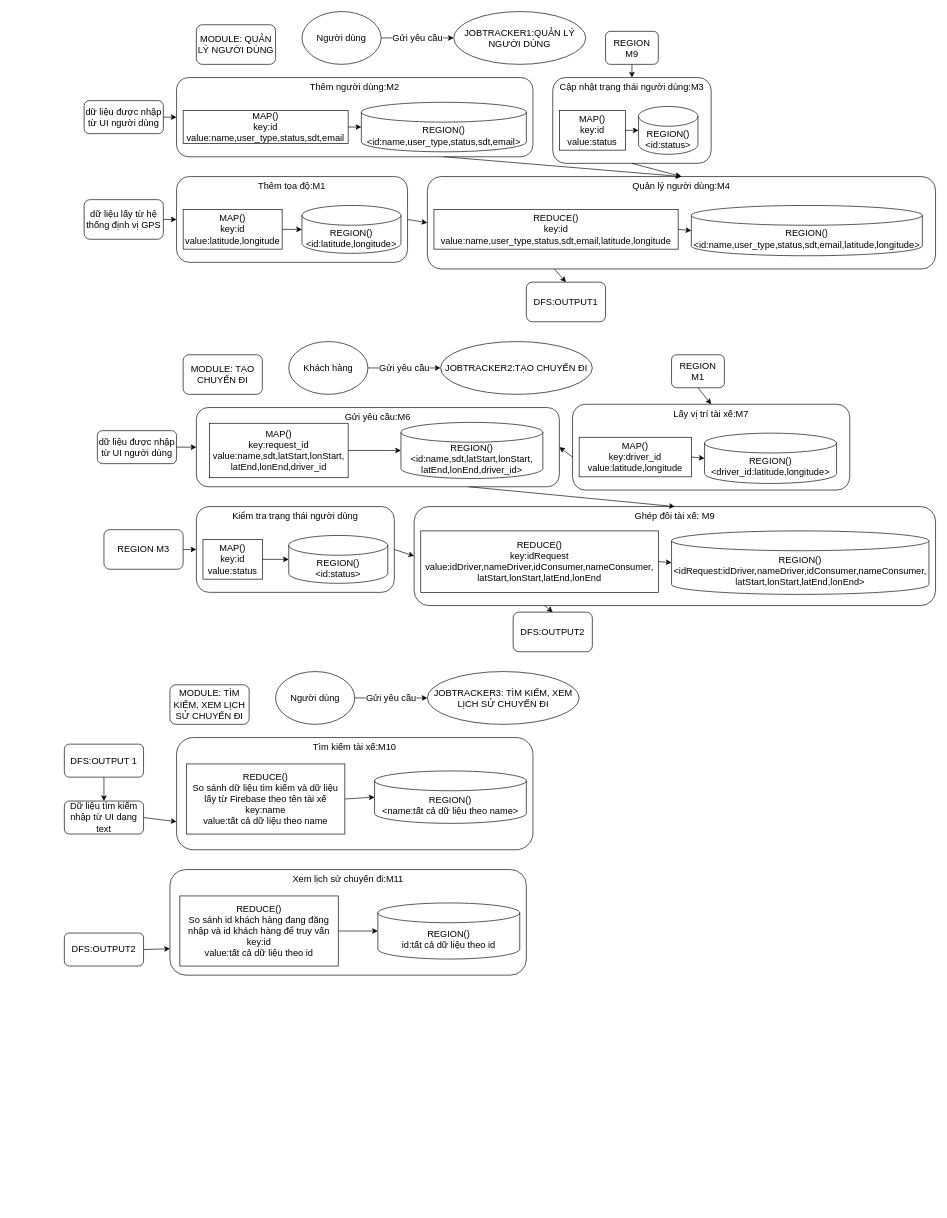
Above: Untitled Diagram.drawio in nguyenmanhtuan2004/bigdataproject (draw.io), before the change. Source tidied: cells renumbered, new cells numbered last; positions are measured from the earlier drawing's top-left corner, leaving out a move shared by most shapes. Both pictures are drawn from the tidied source at 66%, with x=0, y=0 at pixel (64, 11).
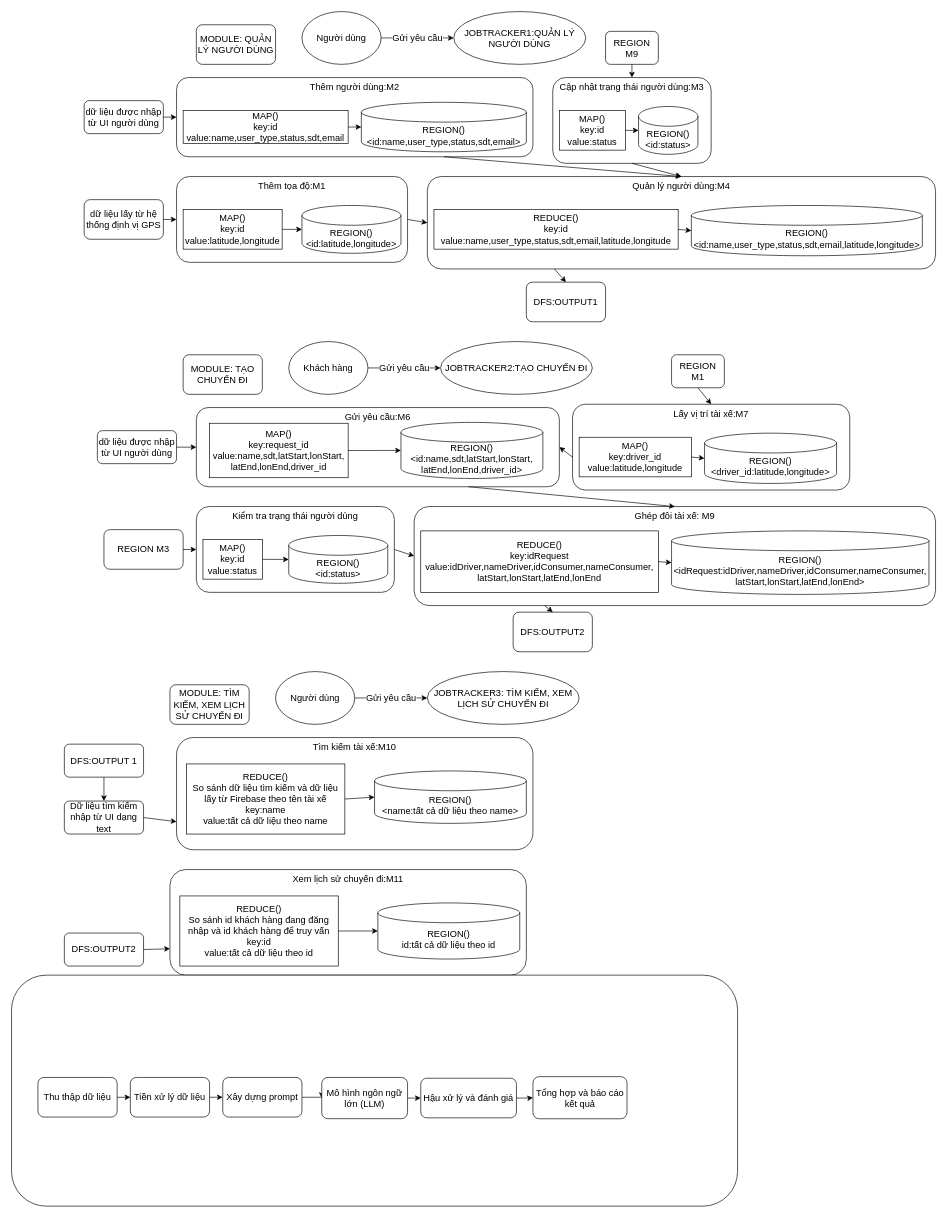
The same diagram, later.

Change to the diagram source:
```diff
@@
+    <mxCell id="82" style="rounded=1;whiteSpace=wrap;html=1;" parent="1" vertex="1">
+      <mxGeometry x="-80" y="1460" width="1100" height="350" as="geometry" />
+    </mxCell>
+    <mxCell id="83" style="edgeStyle=orthogonalEdgeStyle;rounded=0;jettySize=auto;html=1;exitX=1;exitY=0.5;exitDx=0;exitDy=0;entryX=0;entryY=0.5;entryDx=0;entryDy=0;" parent="1" edge="1" source="84" target="86">
+      <mxGeometry relative="1" as="geometry" />
+    </mxCell>
+    <mxCell id="84" value="&lt;font style=&quot;font-size: 14px;&quot;&gt;Thu thập dữ liệu&lt;/font&gt;" style="rounded=1;whiteSpace=wrap;html=1;" parent="1" vertex="1">
+      <mxGeometry x="-40" y="1615" width="120" height="60" as="geometry" />
+    </mxCell>
+    <mxCell id="85" style="edgeStyle=orthogonalEdgeStyle;rounded=0;jettySize=auto;html=1;exitX=1;exitY=0.5;exitDx=0;exitDy=0;entryX=0;entryY=0.5;entryDx=0;entryDy=0;" parent="1" edge="1" source="86" target="88">
+      <mxGeometry relative="1" as="geometry" />
+    </mxCell>
+    <mxCell id="86" value="&lt;font style=&quot;font-size: 14px;&quot;&gt;Tiền xử lý dữ liệu&lt;/font&gt;" style="rounded=1;whiteSpace=wrap;html=1;" parent="1" vertex="1">
+      <mxGeometry x="100" y="1615" width="120" height="60" as="geometry" />
+    </mxCell>
+    <mxCell id="87" style="edgeStyle=orthogonalEdgeStyle;rounded=0;jettySize=auto;html=1;exitX=1;exitY=0.5;exitDx=0;exitDy=0;entryX=0;entryY=0.5;entryDx=0;entryDy=0;" parent="1" edge="1" source="88" target="90">
+      <mxGeometry relative="1" as="geometry" />
+    </mxCell>
+    <mxCell id="88" value="&lt;font style=&quot;font-size: 14px;&quot;&gt;Xây dựng prompt&lt;/font&gt;" style="rounded=1;whiteSpace=wrap;html=1;" parent="1" vertex="1">
+      <mxGeometry x="240" y="1615" width="120" height="60" as="geometry" />
+    </mxCell>
+    <mxCell id="89" style="edgeStyle=orthogonalEdgeStyle;rounded=0;jettySize=auto;html=1;exitX=1;exitY=0.5;exitDx=0;exitDy=0;entryX=0;entryY=0.5;entryDx=0;entryDy=0;" parent="1" edge="1" source="90" target="92">
+      <mxGeometry relative="1" as="geometry" />
+    </mxCell>
+    <mxCell id="90" value="&lt;font style=&quot;font-size: 14px;&quot;&gt;Mô hình ngôn ngữ lớn (LLM)&lt;/font&gt;" style="rounded=1;whiteSpace=wrap;html=1;" parent="1" vertex="1">
+      <mxGeometry x="390" y="1615" width="130" height="62.5" as="geometry" />
+    </mxCell>
+    <mxCell id="91" style="edgeStyle=orthogonalEdgeStyle;rounded=0;jettySize=auto;html=1;" parent="1" edge="1" source="92" target="93">
+      <mxGeometry relative="1" as="geometry" />
+    </mxCell>
+    <mxCell id="92" value="&lt;font style=&quot;font-size: 14px;&quot;&gt;Hậu xử lý và đánh giá&lt;/font&gt;" style="rounded=1;whiteSpace=wrap;html=1;" parent="1" vertex="1">
+      <mxGeometry x="540" y="1616.2" width="145" height="60" as="geometry" />
+    </mxCell>
+    <mxCell id="93" value="&lt;font style=&quot;font-size: 14px;&quot;&gt;Tổng hợp và báo cáo kết quả&lt;/font&gt;" style="rounded=1;whiteSpace=wrap;html=1;" parent="1" vertex="1">
+      <mxGeometry x="710" y="1613.8" width="142.5" height="63.8" as="geometry" />
+    </mxCell>
```
